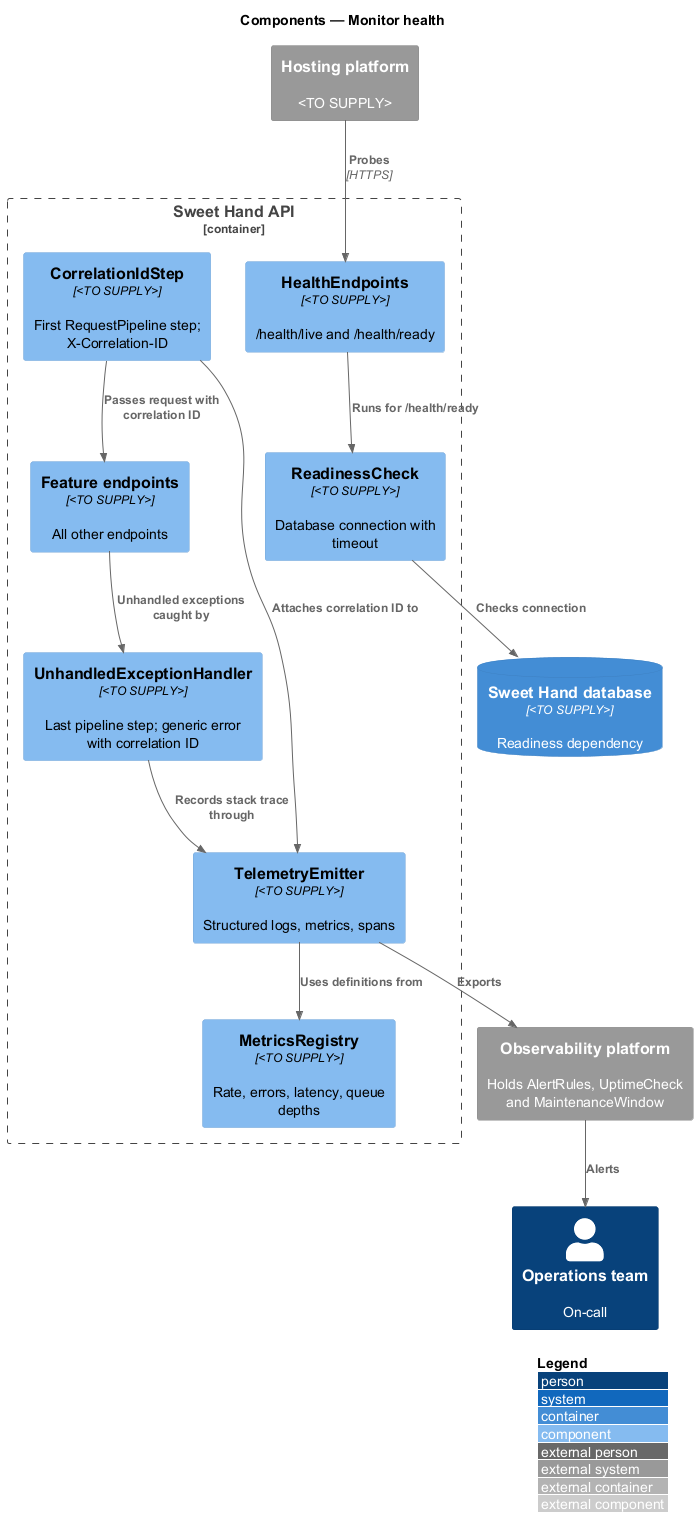
Earlier version of the PlantUML export docs/detailed-designs/platform/monitor-health/diagrams/c4-component.png (QuinntyneBrown/sweet-hand).
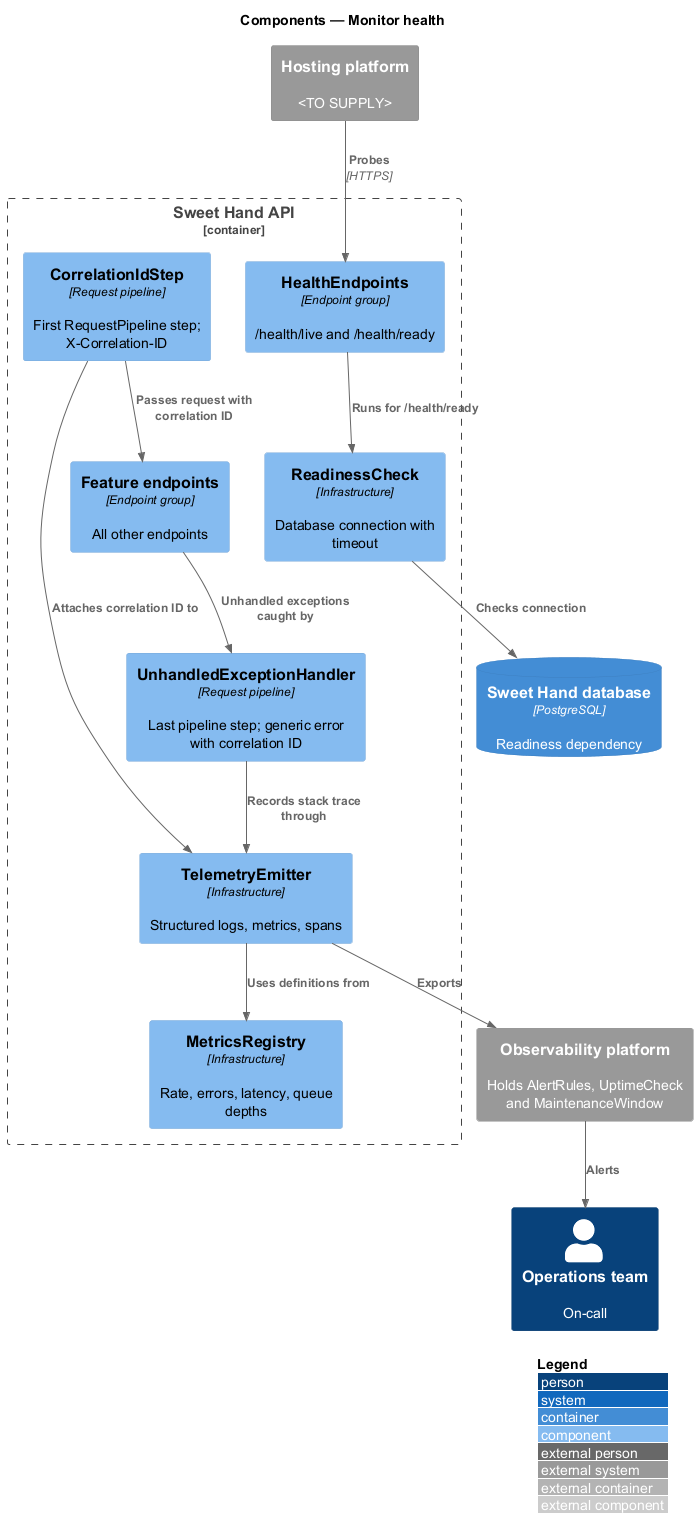
After the change.

Change to the diagram source:
```diff
@@ -7,15 +7,15 @@
 System_Ext(obs, "Observability platform", "Holds AlertRules, UptimeCheck and MaintenanceWindow")
 Person(ops, "Operations team", "On-call")
 Container_Boundary(api, "Sweet Hand API") {
-  Component(health, "HealthEndpoints", "<TO SUPPLY>", "/health/live and /health/ready")
-  Component(ready, "ReadinessCheck", "<TO SUPPLY>", "Database connection with timeout")
-  Component(corr, "CorrelationIdStep", "<TO SUPPLY>", "First RequestPipeline step; X-Correlation-ID")
-  Component(endpoints, "Feature endpoints", "<TO SUPPLY>", "All other endpoints")
-  Component(exc, "UnhandledExceptionHandler", "<TO SUPPLY>", "Last pipeline step; generic error with correlation ID")
-  Component(tele, "TelemetryEmitter", "<TO SUPPLY>", "Structured logs, metrics, spans")
-  Component(metrics, "MetricsRegistry", "<TO SUPPLY>", "Rate, errors, latency, queue depths")
+  Component(health, "HealthEndpoints", "Endpoint group", "/health/live and /health/ready")
+  Component(ready, "ReadinessCheck", "Infrastructure", "Database connection with timeout")
+  Component(corr, "CorrelationIdStep", "Request pipeline", "First RequestPipeline step; X-Correlation-ID")
+  Component(endpoints, "Feature endpoints", "Endpoint group", "All other endpoints")
+  Component(exc, "UnhandledExceptionHandler", "Request pipeline", "Last pipeline step; generic error with correlation ID")
+  Component(tele, "TelemetryEmitter", "Infrastructure", "Structured logs, metrics, spans")
+  Component(metrics, "MetricsRegistry", "Infrastructure", "Rate, errors, latency, queue depths")
 }
-ContainerDb(db, "Sweet Hand database", "<TO SUPPLY>", "Readiness dependency")
+ContainerDb(db, "Sweet Hand database", "PostgreSQL", "Readiness dependency")
 
 Rel(hosting, health, "Probes", "HTTPS")
 Rel(health, ready, "Runs for /health/ready")
```
